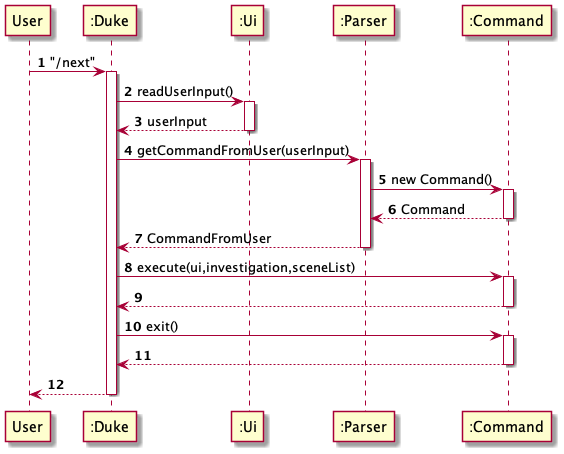
Before: docs/main_architecture.png, a diagram exported from PlantUML (peng-217/tp).
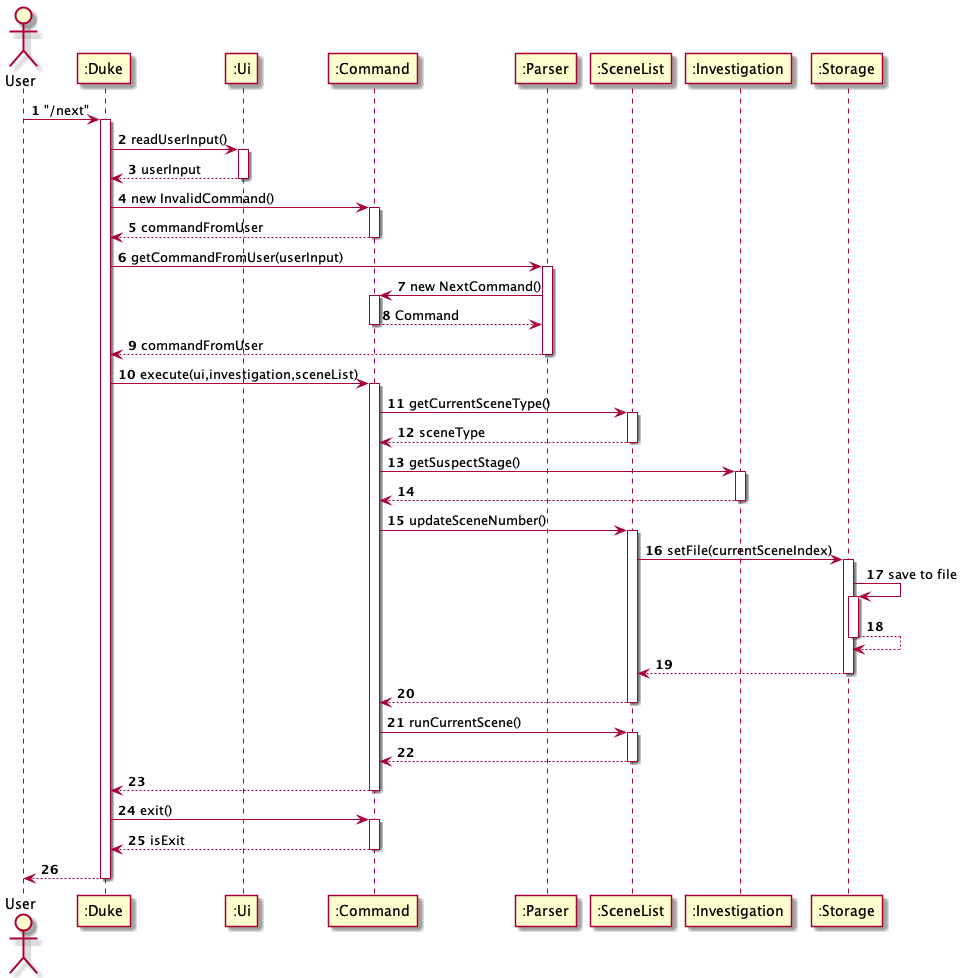
After the change.

Commit message:
Update architecture part of DG and clean it up

Change to the diagram source:
```diff
@@ -2,27 +2,55 @@
 
 autonumber
 
+actor User
 User -> ":Duke": "/next"
 activate ":Duke"
 ":Duke" -> ":Ui": readUserInput()
 activate ":Ui"
 ":Duke" <-- ":Ui": userInput
 deactivate ":Ui"
+":Duke" -> ":Command": new InvalidCommand()
+activate ":Command"
+":Duke" <-- ":Command": commandFromUser
+deactivate ":Command"
 ":Duke" -> ":Parser": getCommandFromUser(userInput)
 activate ":Parser"
-":Parser" -> ":Command": new Command()
+":Parser" -> ":Command": new NextCommand()
 activate ":Command"
 ":Parser" <-- ":Command": Command
 deactivate ":Command"
-":Duke" <-- ":Parser": CommandFromUser
+":Duke" <-- ":Parser": commandFromUser
 deactivate ":Parser"
 ":Duke" -> ":Command": execute(ui,investigation,sceneList)
 activate ":Command"
+":Command" -> ":SceneList": getCurrentSceneType()
+activate ":SceneList"
+":Command" <-- ":SceneList": sceneType
+deactivate ":SceneList"
+":Command" -> ":Investigation": getSuspectStage()
+activate ":Investigation"
+":Command" <-- ":Investigation"
+deactivate ":Investigation"
+":Command" -> ":SceneList": updateSceneNumber()
+activate ":SceneList"
+":SceneList" -> ":Storage": setFile(currentSceneIndex)
+activate ":Storage"
+":Storage" -> ":Storage": save to file
+activate ":Storage"
+return
+":SceneList" <-- ":Storage"
+deactivate ":Storage"
+":Command" <-- ":SceneList"
+deactivate ":SceneList"
+":Command" -> ":SceneList": runCurrentScene()
+activate ":SceneList"
+":Command" <-- ":SceneList"
+deactivate ":SceneList"
 ":Duke" <-- ":Command"
 deactivate ":Command"
 ":Duke" -> ":Command": exit()
 activate ":Command"
-":Duke" <-- ":Command"
+":Duke" <-- ":Command": isExit
 deactivate ":Command"
 User <-- ":Duke"
 deactivate ":Duke"
```
